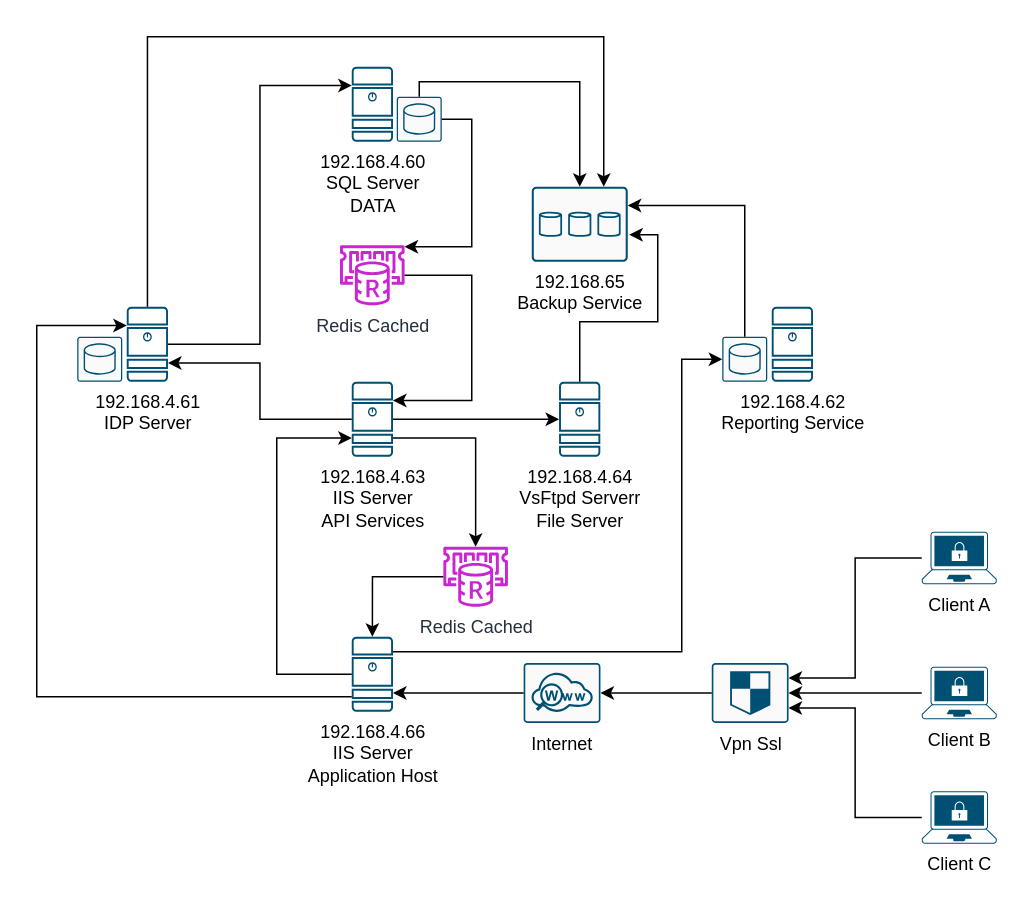
Earlier version of the draw.io diagram Untitled Diagram.drawio (osvcarign/charts). Source tidied: cells renumbered, new cells numbered last; positions are measured from the earlier drawing's top-left corner, leaving out a move shared by most shapes. Both pictures are drawn from the tidied source at 150%, with x=0, y=0 at pixel (36, 36).
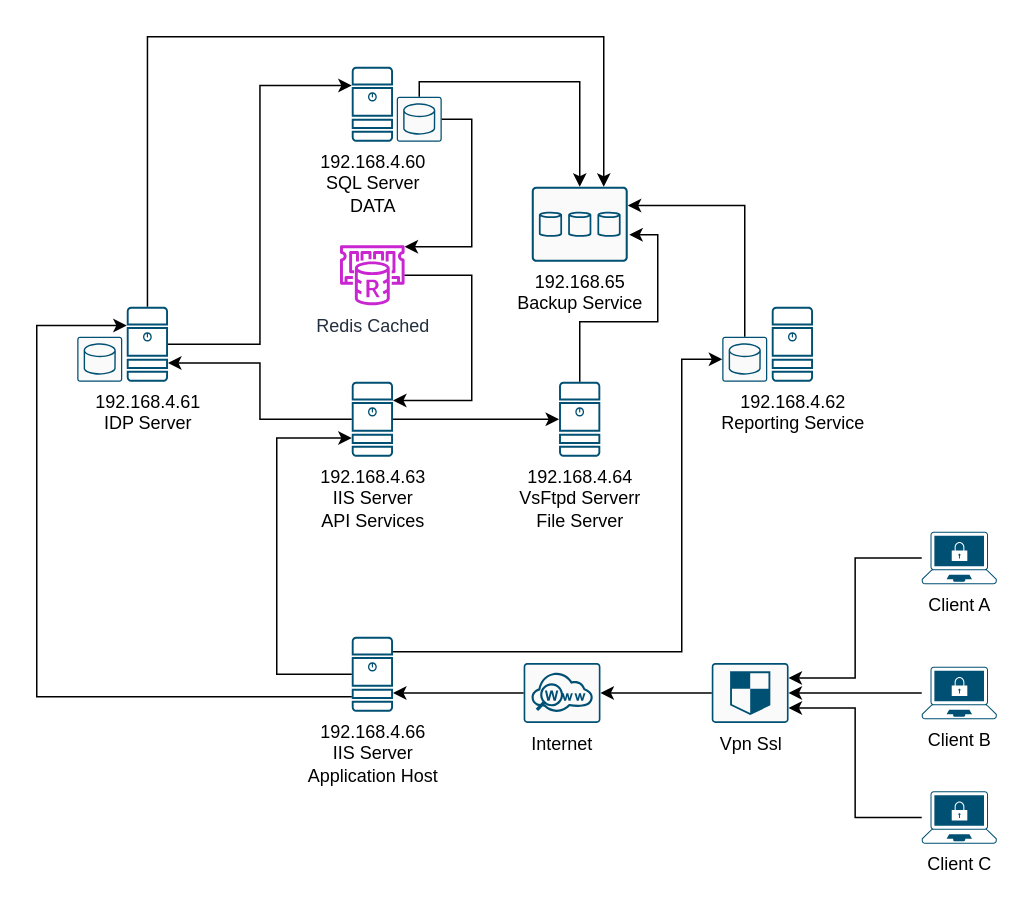
The same page after the edit.

Unchanged cells that the change refers to:
```xml
<mxCell id="10" value="192.168.4.63&lt;br&gt;&lt;div&gt;IIS Server&lt;br&gt;&lt;/div&gt;&lt;div&gt;API Services&lt;/div&gt;" style="sketch=0;points=[[0.015,0.015,0],[0.985,0.015,0],[0.985,0.985,0],[0.015,0.985,0],[0.25,0,0],[0.5,0,0],[0.75,0,0],[1,0.25,0],[1,0.5,0],[1,0.75,0],[0.75,1,0],[0.5,1,0],[0.25,1,0],[0,0.75,0],[0,0.5,0],[0,0.25,0]];verticalLabelPosition=bottom;html=1;verticalAlign=top;align=center;shape=mxgraph.cisco19.server;fillColor=#005073;strokeColor=none;" parent="1" vertex="1">
  <mxGeometry x="210" y="230" width="27.5" height="50" as="geometry" />
</mxCell>
<mxCell id="12" value="192.168.4.66&lt;br&gt;&lt;div&gt;IIS Server&lt;br&gt;&lt;/div&gt;&lt;div&gt;Application Host&lt;/div&gt;" style="sketch=0;points=[[0.015,0.015,0],[0.985,0.015,0],[0.985,0.985,0],[0.015,0.985,0],[0.25,0,0],[0.5,0,0],[0.75,0,0],[1,0.25,0],[1,0.5,0],[1,0.75,0],[0.75,1,0],[0.5,1,0],[0.25,1,0],[0,0.75,0],[0,0.5,0],[0,0.25,0]];verticalLabelPosition=bottom;html=1;verticalAlign=top;align=center;shape=mxgraph.cisco19.server;fillColor=#005073;strokeColor=none;" parent="1" vertex="1">
  <mxGeometry x="210" y="400" width="27.5" height="50" as="geometry" />
</mxCell>
```

Diff of the diagram source:
```diff
@@
-    <mxCell id="9" style="edgeStyle=orthogonalEdgeStyle;rounded=0;jettySize=auto;html=1;exitX=1;exitY=0.75;exitDx=0;exitDy=0;exitPerimeter=0;" parent="1" edge="1" source="10" target="32">
-      <mxGeometry relative="1" as="geometry" />
-    </mxCell>
@@
-    <mxCell id="32" value="Redis Cached" style="sketch=0;outlineConnect=0;fontColor=#232F3E;gradientColor=none;fillColor=#C925D1;strokeColor=none;dashed=0;verticalLabelPosition=bottom;verticalAlign=top;align=center;html=1;fontSize=12;fontStyle=0;shape=mxgraph.aws4.elasticache_for_redis;" parent="1" vertex="1">
-      <mxGeometry x="270" y="340" width="45.2" height="40" as="geometry" />
-    </mxCell>
@@
-    <mxCell id="38" style="edgeStyle=orthogonalEdgeStyle;rounded=0;jettySize=auto;html=1;entryX=0.5;entryY=0;entryDx=0;entryDy=0;entryPerimeter=0;" parent="1" edge="1" source="32" target="12">
-      <mxGeometry relative="1" as="geometry" />
-    </mxCell>
```
